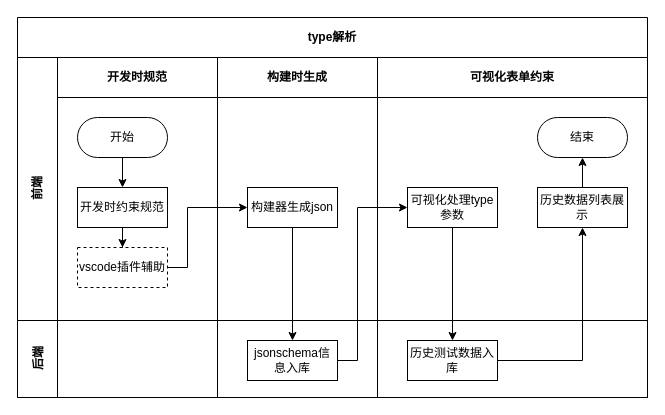
Before: micro-mod/Mmy.drawio in Ekko306/diagrams.net, a draw.io diagram. Source tidied: cells renumbered, new cells numbered last; positions are measured from the earlier drawing's top-left corner, leaving out a move shared by most shapes. Both pictures are drawn from the tidied source at 100%, with x=0, y=0 at pixel (17, 17).
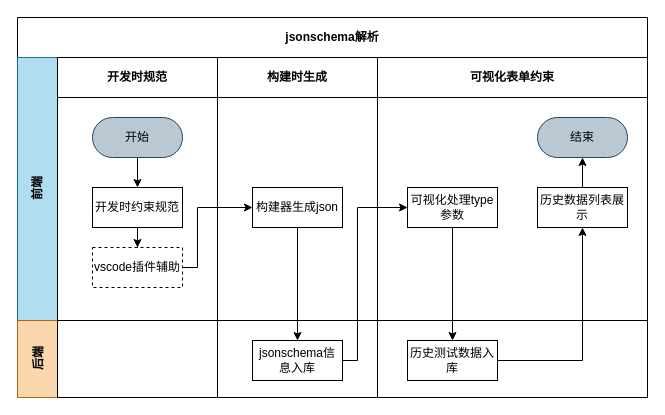
After the change.

Unchanged cells that the change refers to:
```xml
<mxCell id="4" value="开发时规范" style="swimlane;startSize=40;html=1;whiteSpace=wrap;" parent="3" vertex="1">
  <mxGeometry x="40" width="160" height="263" as="geometry" />
</mxCell>
<mxCell id="10" value="构建时生成" style="swimlane;startSize=40;html=1;whiteSpace=wrap;" parent="3" vertex="1">
  <mxGeometry x="200" width="160" height="263" as="geometry" />
</mxCell>
<mxCell id="12" value="可视化表单约束" style="swimlane;startSize=40;html=1;whiteSpace=wrap;" parent="3" vertex="1">
  <mxGeometry x="360" width="270" height="263" as="geometry" />
</mxCell>
<mxCell id="22" style="swimlane;startSize=0;html=1;whiteSpace=wrap;" parent="20" vertex="1">
  <mxGeometry x="200" width="160" height="77" as="geometry" />
</mxCell>
```

Change to the diagram source:
```diff
@@
-    <mxCell id="2" value="type解析" style="shape=table;childLayout=tableLayout;rowLines=0;columnLines=0;startSize=40;html=1;whiteSpace=wrap;fontStyle=1;" parent="1" vertex="1">
+    <mxCell id="2" value="jsonschema解析" style="shape=table;childLayout=tableLayout;rowLines=0;columnLines=0;startSize=40;html=1;whiteSpace=wrap;fontStyle=1;" parent="1" vertex="1">
       <mxGeometry width="630" height="380" as="geometry" />
     </mxCell>
-    <mxCell id="3" value="前端" style="swimlane;horizontal=0;startSize=40;html=1;whiteSpace=wrap;" parent="2" vertex="1">
+    <mxCell id="3" value="前端" style="swimlane;horizontal=0;startSize=40;html=1;whiteSpace=wrap;fillColor=#b1ddf0;strokeColor=#10739e;" parent="2" vertex="1">
       <mxGeometry y="40" width="630" height="263" as="geometry" />
     </mxCell>
@@
-    <mxCell id="6" value="开始" style="rounded=1;whiteSpace=wrap;html=1;arcSize=50;" parent="4" vertex="1">
-      <mxGeometry x="20" y="60" width="90" height="40" as="geometry" />
+    <mxCell id="6" value="开始" style="rounded=1;whiteSpace=wrap;html=1;arcSize=50;fillColor=#bac8d3;strokeColor=#23445d;" parent="4" vertex="1">
+      <mxGeometry x="35" y="60" width="90" height="40" as="geometry" />
     </mxCell>
     <mxCell id="7" value="开发时约束规范" style="rounded=0;whiteSpace=wrap;html=1;" parent="4" vertex="1">
-      <mxGeometry x="20" y="130" width="90" height="40" as="geometry" />
+      <mxGeometry x="35" y="130" width="90" height="40" as="geometry" />
     </mxCell>
     <mxCell id="8" value="vscode插件辅助" style="rounded=0;whiteSpace=wrap;html=1;dashed=1;" parent="4" vertex="1">
-      <mxGeometry x="20" y="190" width="90" height="40" as="geometry" />
+      <mxGeometry x="35" y="190" width="90" height="40" as="geometry" />
     </mxCell>
@@
     <mxCell id="11" value="构建器生成json" style="rounded=0;whiteSpace=wrap;html=1;" parent="10" vertex="1">
-      <mxGeometry x="30" y="130" width="90" height="40" as="geometry" />
+      <mxGeometry x="35" y="130" width="90" height="40" as="geometry" />
     </mxCell>
@@
-    <mxCell id="13" value="结束" style="rounded=1;whiteSpace=wrap;html=1;arcSize=50;" parent="12" vertex="1">
+    <mxCell id="13" value="结束" style="rounded=1;whiteSpace=wrap;html=1;arcSize=50;fillColor=#bac8d3;strokeColor=#23445d;" parent="12" vertex="1">
       <mxGeometry x="160" y="60" width="90" height="40" as="geometry" />
     </mxCell>
@@
     <mxCell id="17" style="edgeStyle=orthogonalEdgeStyle;rounded=0;jettySize=auto;html=1;" parent="3" edge="1" source="8" target="11">
       <mxGeometry relative="1" as="geometry">
         <Array as="points">
-          <mxPoint x="170" y="210" />
-          <mxPoint x="170" y="150" />
+          <mxPoint x="180" y="210" />
+          <mxPoint x="180" y="150" />
         </Array>
       </mxGeometry>
     </mxCell>
@@
-    <mxCell id="20" value="后端" style="swimlane;horizontal=0;startSize=40;html=1;whiteSpace=wrap;" parent="2" vertex="1">
+    <mxCell id="20" value="后端" style="swimlane;horizontal=0;startSize=40;html=1;whiteSpace=wrap;fillColor=#fad7ac;strokeColor=#b46504;" parent="2" vertex="1">
       <mxGeometry y="303" width="630" height="77" as="geometry" />
     </mxCell>
@@
     <mxCell id="23" value="jsonschema信息入库" style="rounded=0;whiteSpace=wrap;html=1;" parent="22" vertex="1">
-      <mxGeometry x="30" y="20" width="90" height="40" as="geometry" />
+      <mxGeometry x="35" y="20" width="90" height="40" as="geometry" />
     </mxCell>
```
